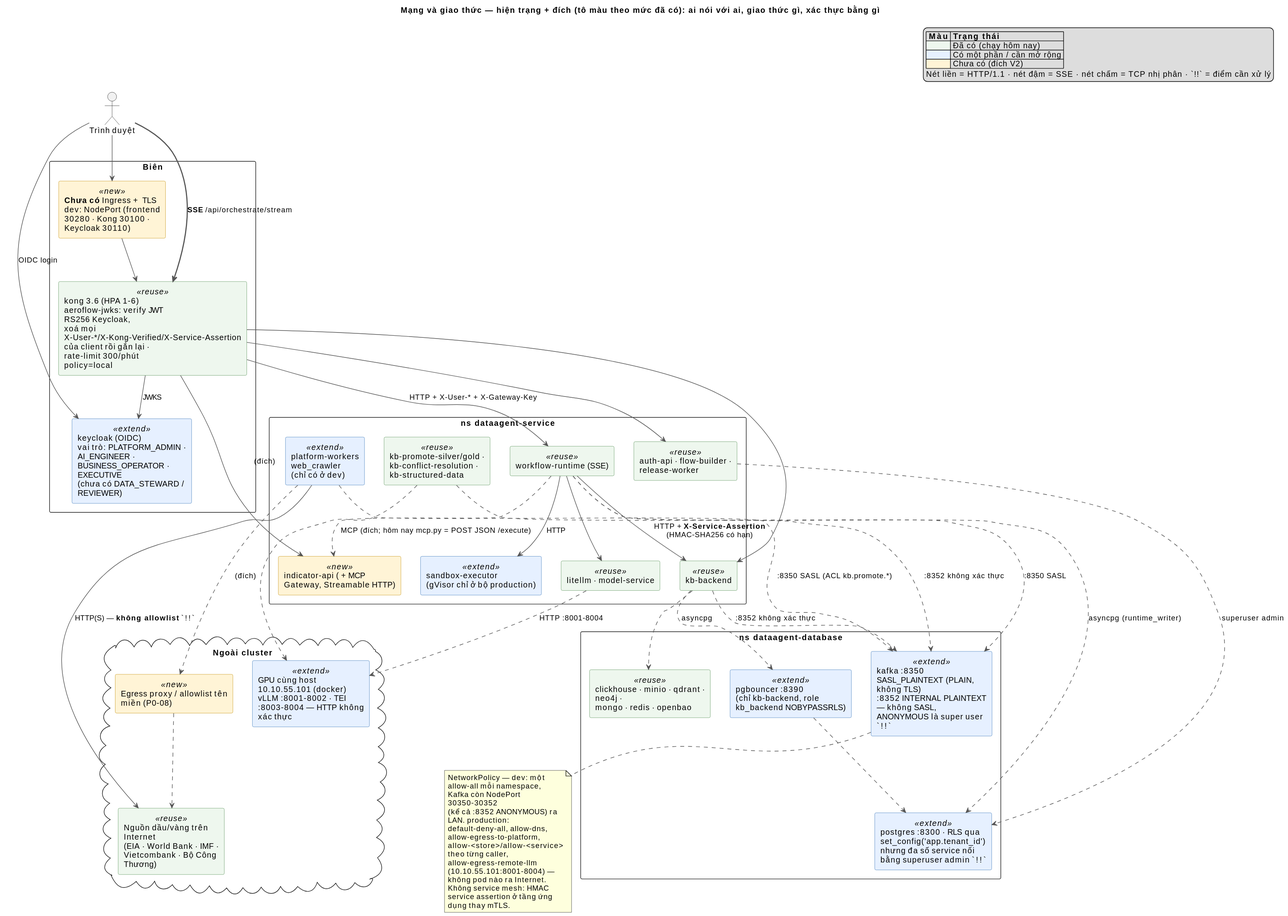
This is docs/v2/diagrams/34-network.svg from affkjuhyt/Data-Agent, a PlantUML export, as it was before one commit.
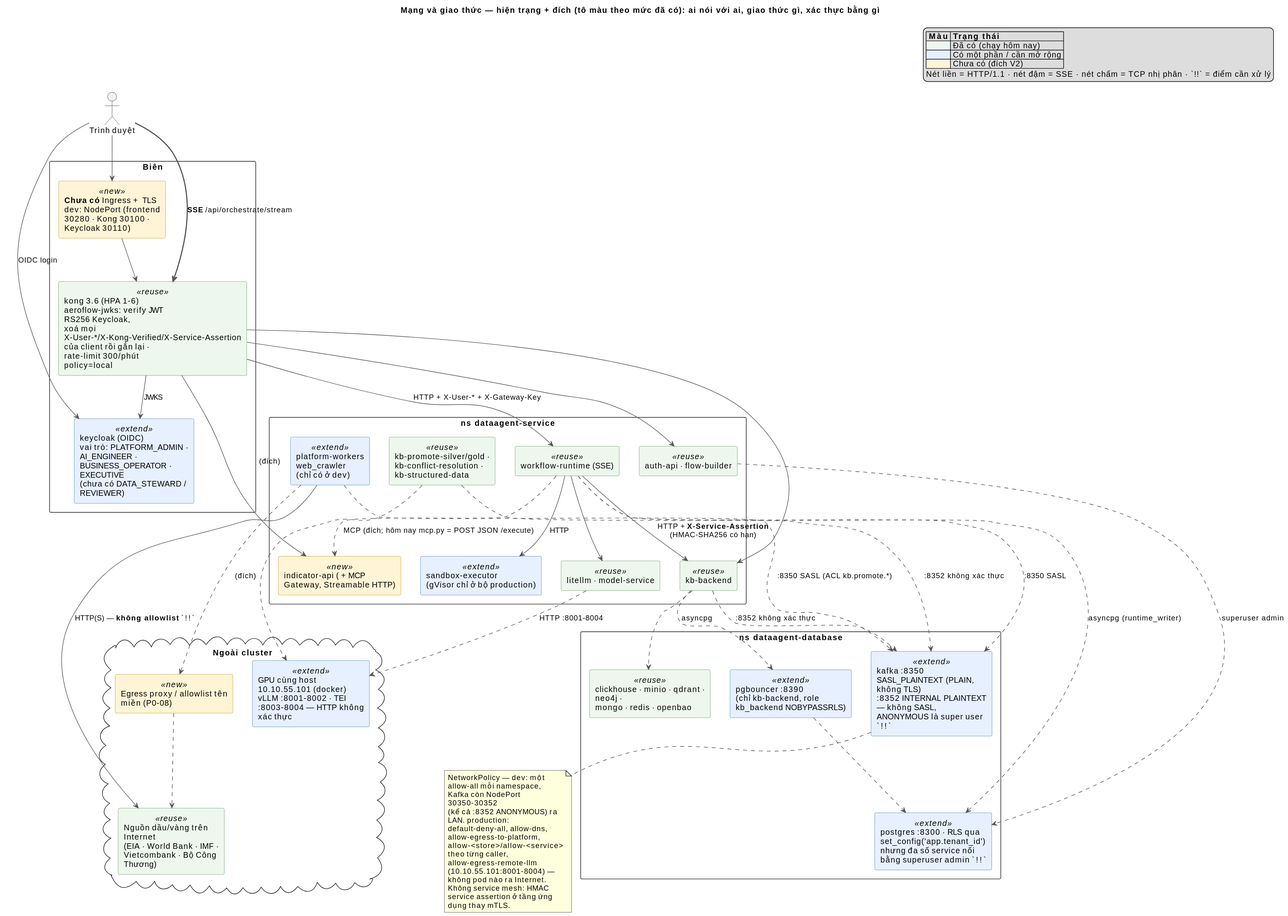
Above is the later version.

The edit, as a diff of the source:
```diff
@@ -37,7 +37,7 @@
 package "ns dataagent-service" {
   component "workflow-runtime (SSE)" <<reuse>> as WR
   component "kb-backend" <<reuse>> as KB
-  component "auth-api · flow-builder · release-worker" <<reuse>> as SVC
+  component "auth-api · flow-builder" <<reuse>> as SVC
   component "indicator-api (+ MCP Gateway, Streamable HTTP)" <<new>> as IA
   component "sandbox-executor\n(gVisor chỉ ở bộ production)" <<extend>> as SB
   component "litellm · model-service" <<reuse>> as LL
```
